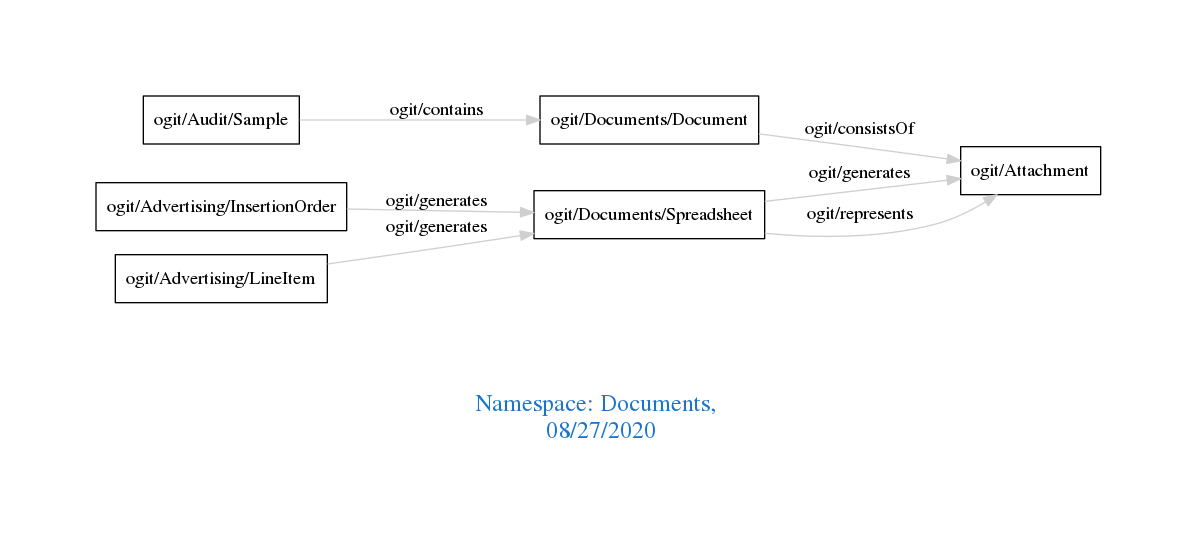
This is downloads/Documents.png from arago/OGIT, a Graphviz export, as it was before one commit. Its source is kept beside it as downloads/Documents.dot.
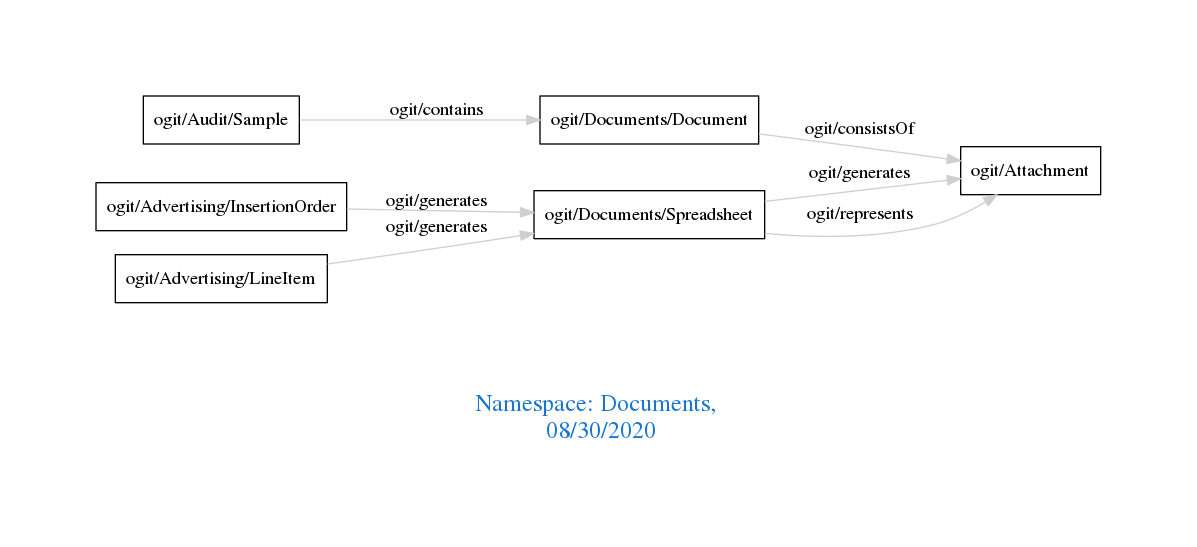
The same diagram one commit later.

Change to the diagram source:
```diff
@@ -1,7 +1,7 @@
 digraph OGIT_ontology {
  graph [ rankdir= LR,pad=1
 fontsize = 18,
-fontcolor= dodgerblue3,label = "\n\n\nNamespace: Documents, \n 08/27/2020"];
+fontcolor= dodgerblue3,label = "\n\n\nNamespace: Documents, \n 08/30/2020"];
 node[shape=polygon];
 edge [  color="gray81"];
 
```
